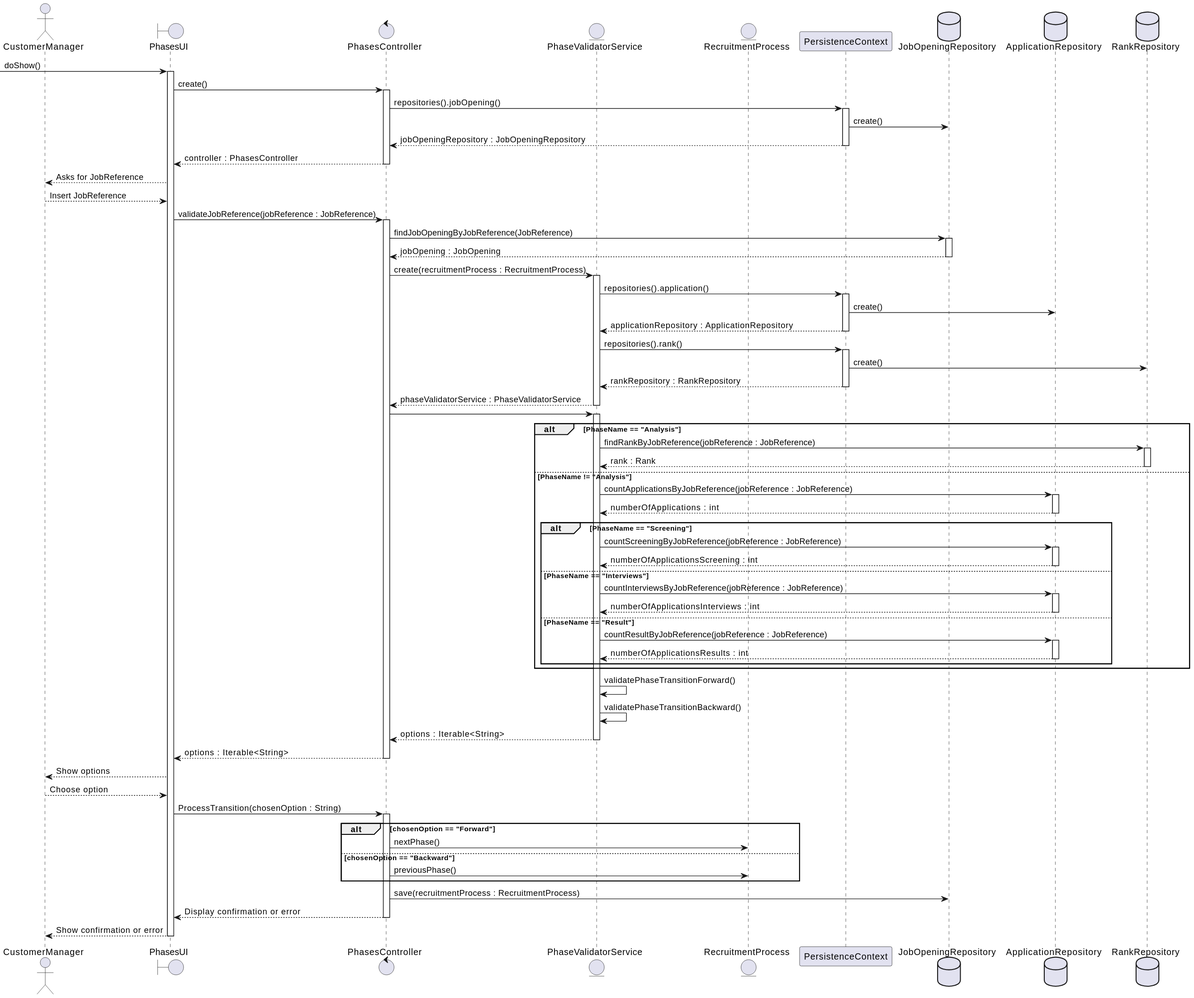
Above: docs/sprintC/US1010/03.design/svg/SD.svg in Mendoncaa/LAPR4 (PlantUML), before the change.
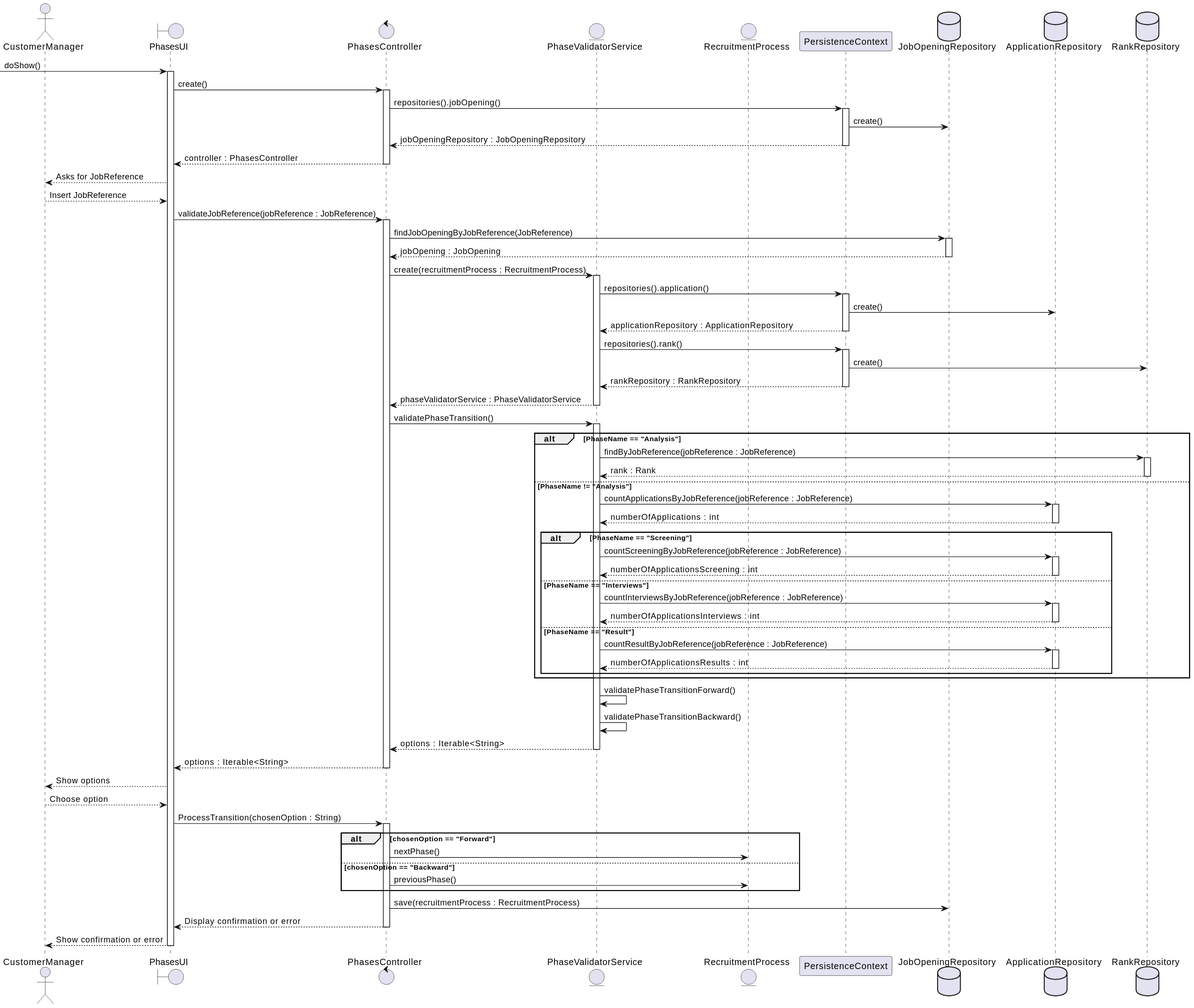
The same diagram one commit later.

Change to the diagram source:
```diff
@@ -42,10 +42,10 @@
 deactivate PersistenceContext
 PhaseValidatorService --> PhasesController: phaseValidatorService : PhaseValidatorService
 deactivate PhaseValidatorService
-PhasesController -> PhaseValidatorService:
+PhasesController -> PhaseValidatorService: validatePhaseTransition()
 activate PhaseValidatorService
 alt PhaseName == "Analysis"
-PhaseValidatorService -> RankRepository : findRankByJobReference(jobReference : JobReference)
+PhaseValidatorService -> RankRepository : findByJobReference(jobReference : JobReference)
 activate RankRepository
 RankRepository --> PhaseValidatorService: rank : Rank
 deactivate RankRepository
```
